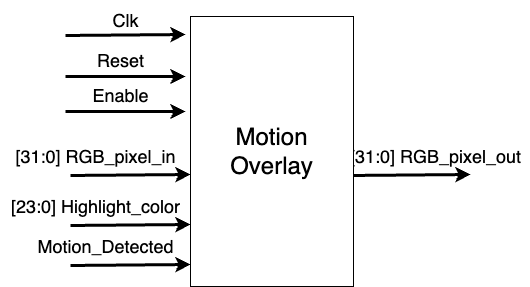
sabarioded/Hardware_for_Digital_Video_Motion_Detector keeps this draw.io diagram as drawings/Motion_Overlay.drawio.png. Above is the earlier version. Source tidied: cells renumbered, new cells last; positions are measured from the earlier drawing's top-left corner, leaving out a move shared by most shapes.
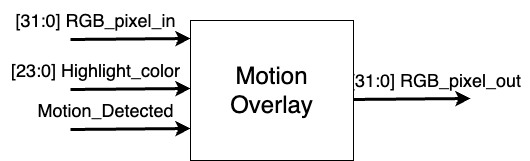
The same file after the commit.

The edit, as a diff of the source:
```diff
@@ -2,33 +2,6 @@
   <root>
     <mxCell id="0" />
     <mxCell id="1" parent="0" />
-    <mxCell id="2" style="endArrow=classic;html=1;rounded=0;strokeWidth=3;" parent="1" edge="1">
-      <mxGeometry relative="1" as="geometry">
-        <mxPoint x="65" y="35" as="sourcePoint" />
-        <mxPoint x="185" y="34" as="targetPoint" />
-      </mxGeometry>
-    </mxCell>
-    <mxCell id="3" value="&lt;font style=&quot;font-size: 18px;&quot;&gt;Clk&lt;/font&gt;" style="text;html=1;align=center;verticalAlign=middle;strokeColor=none;fillColor=none;" parent="1" vertex="1">
-      <mxGeometry x="100" width="50" height="40" as="geometry" />
-    </mxCell>
-    <mxCell id="4" style="endArrow=classic;html=1;rounded=0;strokeWidth=3;" parent="1" edge="1">
-      <mxGeometry relative="1" as="geometry">
-        <mxPoint x="65" y="76" as="sourcePoint" />
-        <mxPoint x="185" y="76" as="targetPoint" />
-      </mxGeometry>
-    </mxCell>
-    <mxCell id="5" value="&lt;span style=&quot;font-size: 18px;&quot;&gt;Reset&lt;/span&gt;" style="text;html=1;align=center;verticalAlign=middle;strokeColor=none;fillColor=none;" parent="1" vertex="1">
-      <mxGeometry x="85" y="40" width="70" height="40" as="geometry" />
-    </mxCell>
-    <mxCell id="6" style="endArrow=classic;html=1;rounded=0;strokeWidth=3;" parent="1" edge="1">
-      <mxGeometry relative="1" as="geometry">
-        <mxPoint x="65" y="111" as="sourcePoint" />
-        <mxPoint x="185" y="111" as="targetPoint" />
-      </mxGeometry>
-    </mxCell>
-    <mxCell id="7" value="&lt;span style=&quot;font-size: 18px;&quot;&gt;Enable&lt;/span&gt;" style="text;html=1;align=center;verticalAlign=middle;strokeColor=none;fillColor=none;" parent="1" vertex="1">
-      <mxGeometry x="80" y="75" width="80" height="40" as="geometry" />
-    </mxCell>
     <mxCell id="8" style="endArrow=classic;html=1;rounded=0;strokeWidth=3;" parent="1" edge="1">
       <mxGeometry relative="1" as="geometry">
         <mxPoint x="70" y="175" as="sourcePoint" />
@@ -40,15 +13,15 @@
     </mxCell>
     <mxCell id="10" style="endArrow=classic;html=1;rounded=0;strokeWidth=3;" parent="1" edge="1">
       <mxGeometry relative="1" as="geometry">
-        <mxPoint x="350" y="175" as="sourcePoint" />
-        <mxPoint x="470" y="174" as="targetPoint" />
+        <mxPoint x="350" y="235" as="sourcePoint" />
+        <mxPoint x="470" y="234" as="targetPoint" />
       </mxGeometry>
     </mxCell>
     <mxCell id="11" value="&lt;span style=&quot;font-size: 18px;&quot;&gt;[31:0] RGB_pixel_out&lt;/span&gt;" style="text;html=1;align=center;verticalAlign=middle;strokeColor=none;fillColor=none;" parent="1" vertex="1">
-      <mxGeometry x="340" y="136" width="190" height="40" as="geometry" />
+      <mxGeometry x="340" y="196" width="190" height="40" as="geometry" />
     </mxCell>
     <mxCell id="12" value="&lt;font style=&quot;font-size: 24px;&quot;&gt;Motion Overlay&lt;/font&gt;" style="rounded=0;whiteSpace=wrap;html=1;" parent="1" vertex="1">
-      <mxGeometry x="190" y="16" width="163" height="270" as="geometry" />
+      <mxGeometry x="190" y="156" width="163" height="140" as="geometry" />
     </mxCell>
     <mxCell id="13" style="endArrow=classic;html=1;rounded=0;strokeWidth=3;" parent="1" edge="1">
       <mxGeometry relative="1" as="geometry">
```
